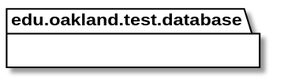
Earlier version of the PlantUML export docs/uml-class-diagrams/database/test/DatabaseTestPackage.svg (andrewdimmer/csi-3370-software-project).
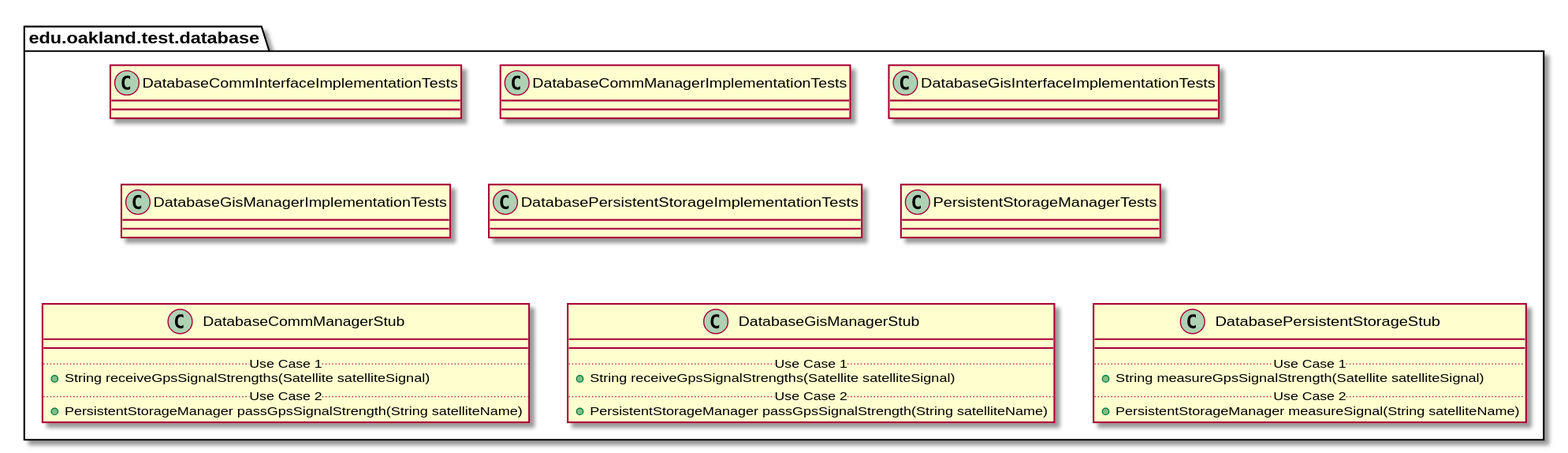
The same file after the commit.

Diff of the diagram source:
```diff
@@ -4,4 +4,80 @@
 
 }
 
+
+package edu.oakland.test.database {
+    class DatabaseCommInterfaceImplementationTests {
+
+    }
+}
+
+
+package edu.oakland.test.database {
+    class DatabaseCommManagerImplementationTests {
+
+    }
+}
+
+
+package edu.oakland.test.database {
+    class DatabaseGisInterfaceImplementationTests {
+
+    }
+}
+
+
+package edu.oakland.test.database {
+    class DatabaseGisManagerImplementationTests {
+
+    }
+}
+
+
+package edu.oakland.test.database {
+    class DatabasePersistentStorageImplementationTests {
+
+    }
+}
+
+
+package edu.oakland.test.database {
+    class PersistentStorageManagerTests {
+
+    }
+}
+
+
+package edu.oakland.test.database {
+    class DatabaseCommManagerStub {
+        __
+        .. Use Case 1 ..
+        + String receiveGpsSignalStrengths(Satellite satelliteSignal)
+        .. Use Case 2 ..
+        + PersistentStorageManager passGpsSignalStrength(String satelliteName)
+    }
+}
+
+
+package edu.oakland.test.database {
+    class DatabaseGisManagerStub {
+        __
+        .. Use Case 1 ..
+        + String receiveGpsSignalStrengths(Satellite satelliteSignal)
+        .. Use Case 2 ..
+        + PersistentStorageManager passGpsSignalStrength(String satelliteName)
+    }
+}
+
+
+package edu.oakland.test.database {
+    class DatabasePersistentStorageStub {
+        __
+        .. Use Case 1 ..
+        + String measureGpsSignalStrength(Satellite satelliteSignal)
+        .. Use Case 2 ..
+        + PersistentStorageManager measureSignal(String satelliteName)
+    }
+}
+
+
 @enduml
```
